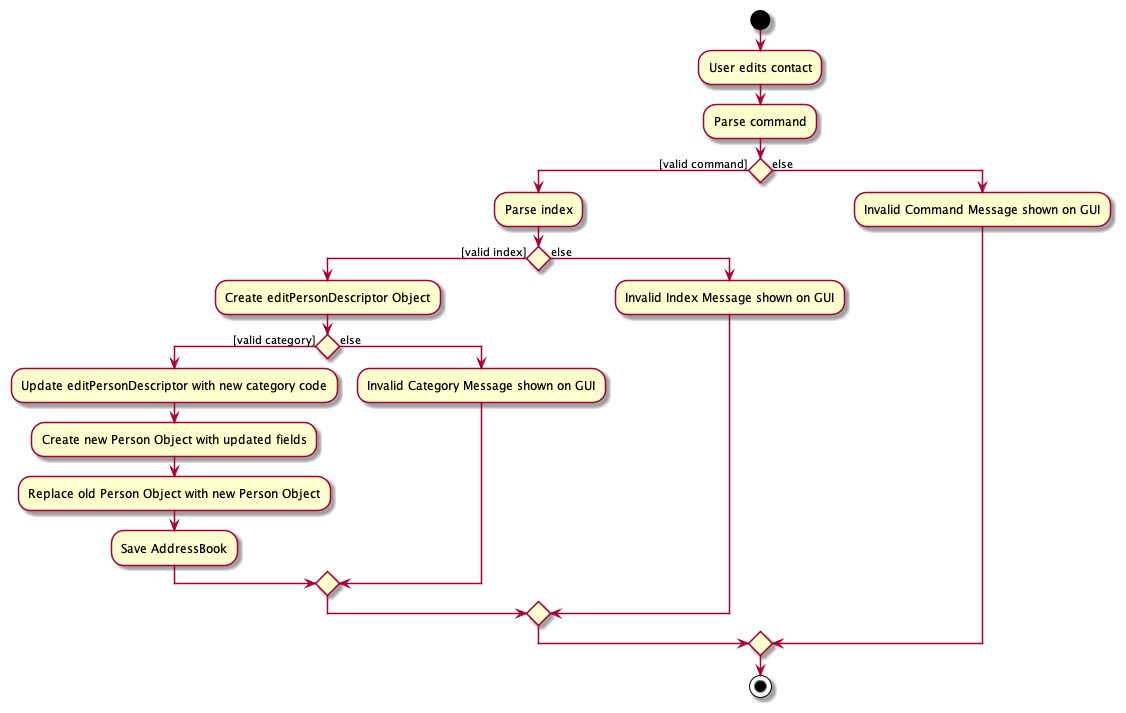
Before: docs/images/EditCategoryActivityDiagram.png, a diagram exported from PlantUML (nus-cs2103-AY2122S1/tp). Source of this version:
```plantuml
@startuml

start
:User edits contact;
:Parse command;
if () then ([valid command])
    :Parse index;
    if() then ([valid index])
        :Create editPersonDescriptor Object;
        if() then ([valid category])
            :Update editPersonDescriptor with new category code;
            :Create new Person Object with updated fields;
            :Replace old Person Object with new Person Object;
            :Save AddressBook;
        else(else)
            :Invalid Category Message shown on GUI;
            endif
    else(else)
        :Invalid Index Message shown on GUI;
    endif
else (else)
:Invalid Command Message shown on GUI;
endif
stop

@enduml
```
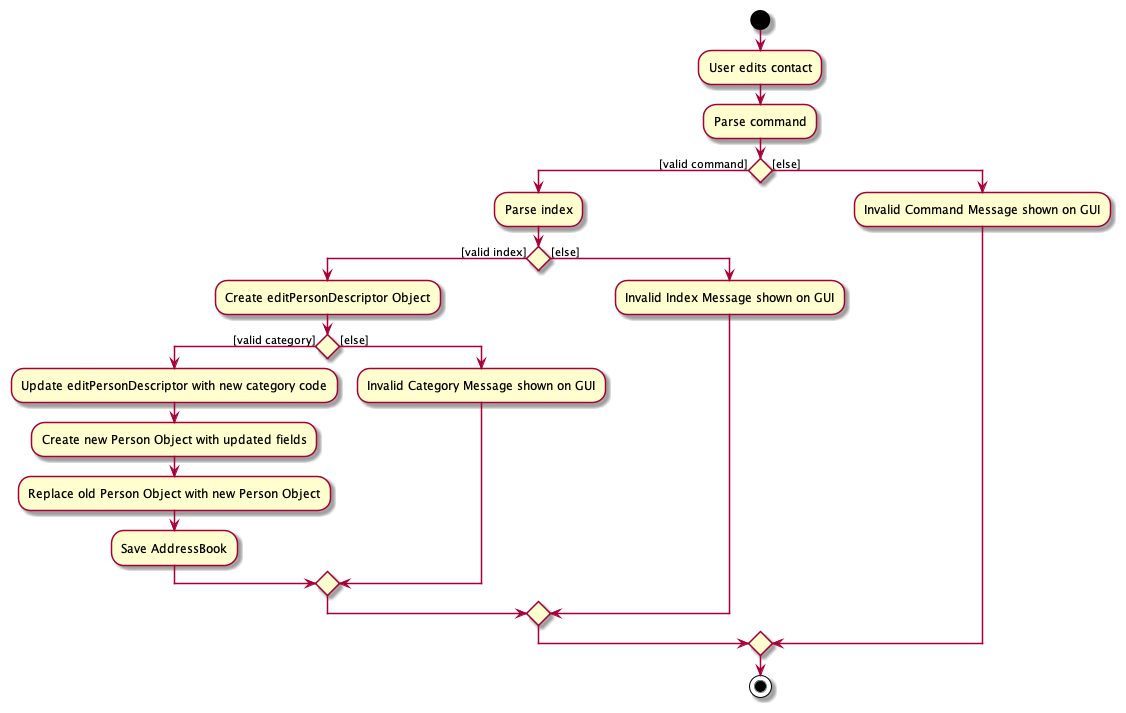
Above is the later version.

Commit message:
Tweak activity diagram

The edit, as a diff of the source:
```diff
@@ -12,13 +12,13 @@
             :Create new Person Object with updated fields;
             :Replace old Person Object with new Person Object;
             :Save AddressBook;
-        else(else)
+        else([else])
             :Invalid Category Message shown on GUI;
             endif
-    else(else)
+    else([else])
         :Invalid Index Message shown on GUI;
     endif
-else (else)
+else ([else])
 :Invalid Command Message shown on GUI;
 endif
 stop
```
